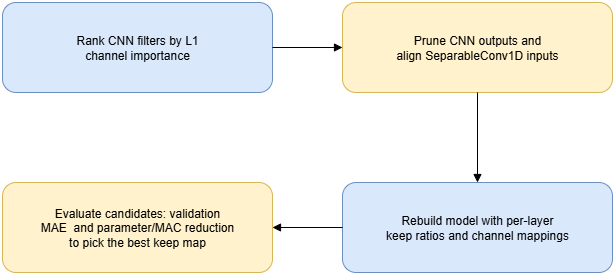
Before: paper/tinyml_home_weather_forecasting-Pruning Process Flow.drawio.png, a diagram exported from draw.io (rishi-latchmepersad/TinyML-Home-Weather-Forecasting). Source tidied: cells renumbered, new cells last; positions are measured from the earlier drawing's top-left corner, leaving out a move shared by most shapes.
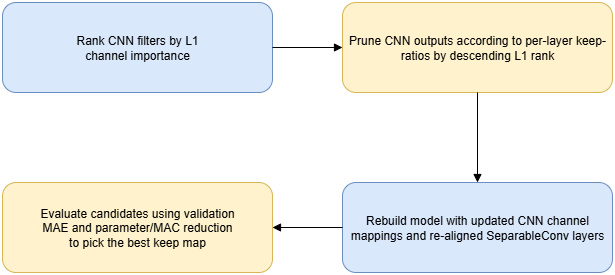
After the change.

What changed in the source:
```diff
@@ -5,13 +5,13 @@
     <mxCell id="2" value="Rank CNN filters by L1&lt;br&gt;channel importance" style="rounded=1;whiteSpace=wrap;html=1;fillColor=#dae8fc;strokeColor=#6c8ebf;" parent="1" vertex="1">
       <mxGeometry width="270" height="90" as="geometry" />
     </mxCell>
-    <mxCell id="3" value="Prune CNN&lt;span style=&quot;background-color: transparent; color: light-dark(rgb(0, 0, 0), rgb(255, 255, 255));&quot;&gt;&amp;nbsp;outputs and&lt;/span&gt;&lt;div&gt;align SeparableConv1D inputs&lt;/div&gt;" style="rounded=1;whiteSpace=wrap;html=1;fillColor=#fff2cc;strokeColor=#d6b656;" parent="1" vertex="1">
+    <mxCell id="3" value="Prune CNN&lt;span style=&quot;background-color: transparent; color: light-dark(rgb(0, 0, 0), rgb(255, 255, 255));&quot;&gt;&amp;nbsp;outputs according to per-layer keep-ratios by descending L1 rank&lt;/span&gt;" style="rounded=1;whiteSpace=wrap;html=1;fillColor=#fff2cc;strokeColor=#d6b656;" parent="1" vertex="1">
       <mxGeometry x="340" width="270" height="90" as="geometry" />
     </mxCell>
-    <mxCell id="4" value="Rebuild model with per-layer&#10;keep ratios and channel mappings" style="rounded=1;whiteSpace=wrap;html=1;fillColor=#dae8fc;strokeColor=#6c8ebf;" parent="1" vertex="1">
+    <mxCell id="4" value="Rebuild model with updated CNN&amp;nbsp;channel mappings and re-aligned SeparableConv layers" style="rounded=1;whiteSpace=wrap;html=1;fillColor=#dae8fc;strokeColor=#6c8ebf;" parent="1" vertex="1">
       <mxGeometry x="340" y="180" width="270" height="90" as="geometry" />
     </mxCell>
-    <mxCell id="5" value="Evaluate candidates: validation&lt;br&gt;MAE&amp;nbsp; and parameter/MAC reduction&lt;br&gt;to pick the best keep map" style="rounded=1;whiteSpace=wrap;html=1;fillColor=#fff2cc;strokeColor=#d6b656;" parent="1" vertex="1">
+    <mxCell id="5" value="Evaluate candidates using validation&lt;br&gt;MAE and parameter/MAC reduction&lt;br&gt;to pick the best keep map" style="rounded=1;whiteSpace=wrap;html=1;fillColor=#fff2cc;strokeColor=#d6b656;" parent="1" vertex="1">
       <mxGeometry y="180" width="270" height="90" as="geometry" />
     </mxCell>
     <mxCell id="6" style="edgeStyle=orthogonalEdgeStyle;rounded=0;jettySize=auto;html=1;endArrow=block;" parent="1" edge="1" source="2" target="3">
```
